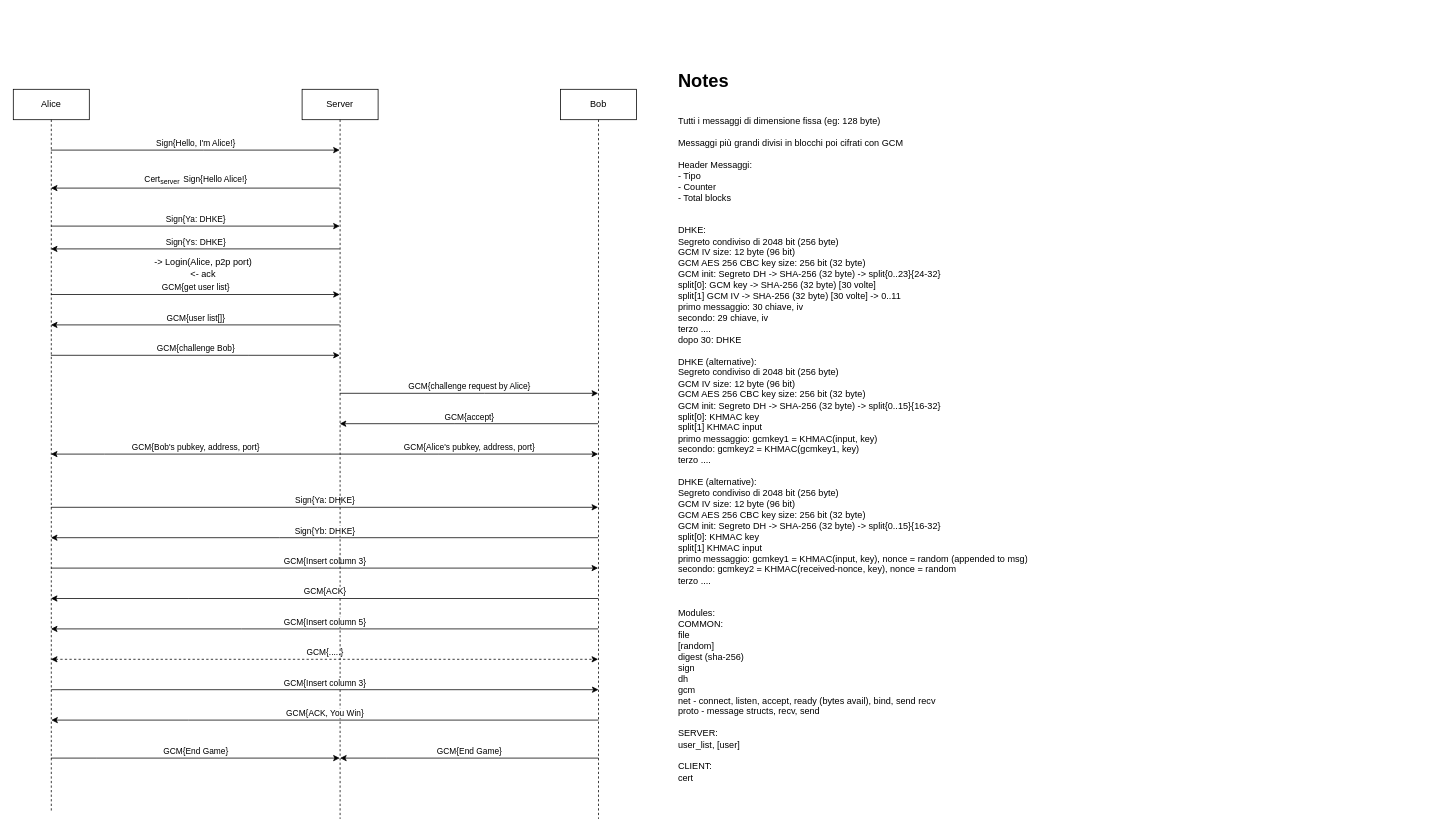
This is diagrams/proto.drawio from SpeedJack/foc-fiar, a draw.io file, before an edit. Source tidied: cells renumbered, new cells numbered last; positions are measured from the earlier drawing's top-left corner, leaving out a move shared by most shapes. Both pictures are drawn from the tidied source at 76%, with x=0, y=0 at pixel (13, 66).
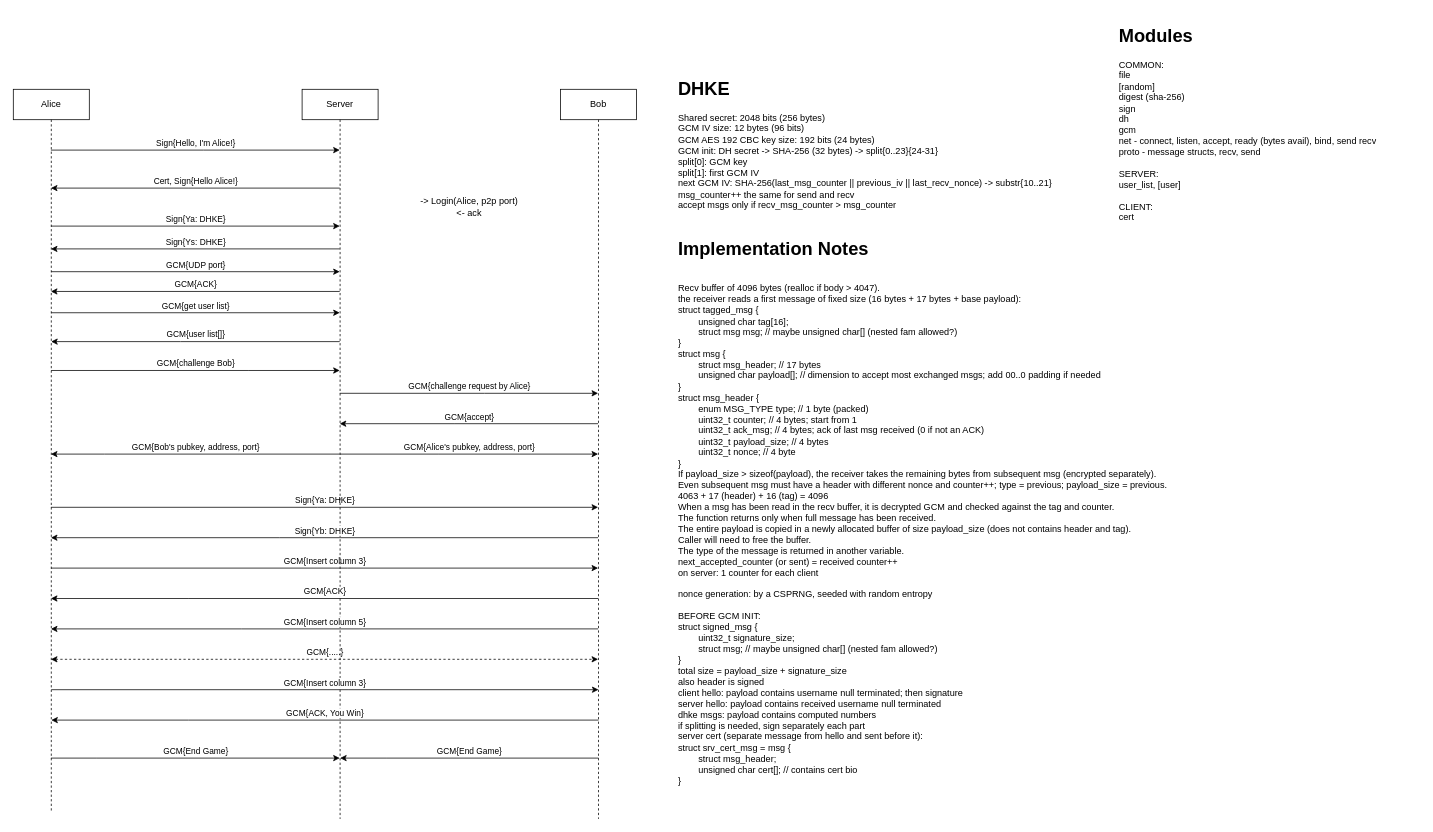
The same page after the edit.

Unchanged cells that the change refers to:
```xml
<mxCell id="10" value="Alice" style="shape=umlLifeline;perimeter=lifelinePerimeter;whiteSpace=wrap;html=1;outlineConnect=0;" parent="1" vertex="1">
  <mxGeometry y="30" width="100" height="950" as="geometry" />
</mxCell>
<mxCell id="16" value="Server" style="shape=umlLifeline;perimeter=lifelinePerimeter;whiteSpace=wrap;html=1;outlineConnect=0;" parent="1" vertex="1">
  <mxGeometry x="380" y="30" width="100" height="960" as="geometry" />
</mxCell>
```

What changed in the source:
```diff
@@
-    <mxCell id="4" value="GCM{get user list}" style="edgeStyle=none;rounded=0;jettySize=auto;html=1;labelPosition=center;verticalLabelPosition=top;align=center;verticalAlign=bottom;" parent="1" edge="1" source="10" target="16">
+    <mxCell id="4" value="GCM{get user list}" style="edgeStyle=none;rounded=0;orthogonalLoop=1;jettySize=auto;html=1;labelPosition=center;verticalLabelPosition=top;align=center;verticalAlign=bottom;" parent="1" edge="1">
       <mxGeometry relative="1" as="geometry">
+        <mxPoint x="49.8" y="324" as="sourcePoint" />
+        <mxPoint x="429.5" y="324" as="targetPoint" />
         <Array as="points">
-          <mxPoint x="230" y="300" />
+          <mxPoint x="230" y="324" />
         </Array>
       </mxGeometry>
     </mxCell>
-    <mxCell id="5" value="GCM{challenge Bob}" style="edgeStyle=none;rounded=0;jettySize=auto;html=1;labelPosition=center;verticalLabelPosition=top;align=center;verticalAlign=bottom;" parent="1" edge="1" source="10" target="16">
+    <mxCell id="5" value="GCM{challenge Bob}" style="edgeStyle=none;rounded=0;orthogonalLoop=1;jettySize=auto;html=1;labelPosition=center;verticalLabelPosition=top;align=center;verticalAlign=bottom;" parent="1" edge="1">
       <mxGeometry relative="1" as="geometry">
+        <mxPoint x="49.8" y="400" as="sourcePoint" />
+        <mxPoint x="429.5" y="400" as="targetPoint" />
         <Array as="points">
-          <mxPoint x="310" y="380" />
+          <mxPoint x="310" y="400" />
         </Array>
       </mxGeometry>
     </mxCell>
@@
+    <mxCell id="28" value="GCM{UDP port}" style="rounded=0;orthogonalLoop=1;jettySize=auto;html=1;labelPosition=center;verticalLabelPosition=top;align=center;verticalAlign=bottom;" parent="1" edge="1">
+      <mxGeometry relative="1" as="geometry">
+        <mxPoint x="49.8" y="270" as="sourcePoint" />
+        <mxPoint x="429.5" y="270" as="targetPoint" />
+      </mxGeometry>
+    </mxCell>
@@
-    <mxCell id="11" value="Cert&lt;sub&gt;server&amp;nbsp; &lt;/sub&gt;Sign{Hello Alice!}" style="edgeStyle=none;rounded=0;jettySize=auto;html=1;labelPosition=center;verticalLabelPosition=top;align=center;verticalAlign=bottom;" parent="1" edge="1" source="16" target="10">
+    <mxCell id="11" value="Cert, Sign{Hello Alice!}" style="edgeStyle=none;rounded=0;jettySize=auto;html=1;labelPosition=center;verticalLabelPosition=top;align=center;verticalAlign=bottom;" parent="1" edge="1" source="16" target="10">
       <mxGeometry relative="1" as="geometry">
         <Array as="points">
           <mxPoint x="230" y="160" />
         </Array>
       </mxGeometry>
     </mxCell>
@@
-    <mxCell id="13" value="GCM{user list[]}" style="edgeStyle=none;rounded=0;jettySize=auto;html=1;labelPosition=center;verticalLabelPosition=top;align=center;verticalAlign=bottom;" parent="1" edge="1" source="16" target="10">
+    <mxCell id="13" value="GCM{user list[]}" style="edgeStyle=none;rounded=0;orthogonalLoop=1;jettySize=auto;html=1;labelPosition=center;verticalLabelPosition=top;align=center;verticalAlign=bottom;" parent="1" edge="1">
       <mxGeometry relative="1" as="geometry">
+        <mxPoint x="429.5" y="362" as="sourcePoint" />
+        <mxPoint x="49.8" y="362" as="targetPoint" />
         <Array as="points">
-          <mxPoint x="220" y="340" />
+          <mxPoint x="220" y="362" />
         </Array>
       </mxGeometry>
     </mxCell>
@@
+    <mxCell id="29" value="GCM{ACK}" style="edgeStyle=none;rounded=0;orthogonalLoop=1;jettySize=auto;html=1;labelPosition=center;verticalLabelPosition=top;align=center;verticalAlign=bottom;" parent="1" edge="1">
+      <mxGeometry relative="1" as="geometry">
+        <mxPoint x="429.5" y="296" as="sourcePoint" />
+        <mxPoint x="49.5" y="296" as="targetPoint" />
+      </mxGeometry>
+    </mxCell>
@@
-    <mxCell id="26" value="&lt;h1&gt;Notes&lt;br&gt;&lt;/h1&gt;&lt;div&gt;&lt;br&gt;&lt;/div&gt;&lt;div&gt;Tutti i messaggi di dimensione fissa (eg: 128 byte)&lt;br&gt;&lt;/div&gt;&lt;div&gt;&lt;br&gt;&lt;/div&gt;&lt;div&gt;Messaggi più grandi divisi in blocchi poi cifrati con GCM&lt;/div&gt;&lt;div&gt;&lt;br&gt;&lt;/div&gt;&lt;div&gt;Header Messaggi:&lt;br&gt;- Tipo&lt;/div&gt;&lt;div&gt;- Counter&lt;/div&gt;&lt;div&gt;- Total blocks&lt;br&gt;&lt;/div&gt;&lt;div&gt;&lt;br&gt;&lt;/div&gt;&lt;div&gt;&lt;br&gt;&lt;/div&gt;&lt;div&gt;DHKE:&lt;br&gt;Segreto condiviso di 2048 bit (256 byte)&lt;br&gt;&lt;/div&gt;&lt;div&gt;GCM IV size: 12 byte (96 bit)&lt;br&gt;GCM AES 256 CBC key size: 256 bit (32 byte)&lt;/div&gt;&lt;div&gt;GCM init: Segreto DH -&amp;gt; SHA-256 (32 byte) -&amp;gt; split{0..23}{24-32}&lt;br&gt;split[0]: GCM key -&amp;gt; SHA-256 (32 byte) [30 volte]&lt;br&gt;split[1] GCM IV -&amp;gt; SHA-256 (32 byte) [30 volte] -&amp;gt; 0..11&lt;br&gt;primo messaggio: 30 chiave, iv&lt;br&gt;secondo: 29 chiave, iv&lt;br&gt;terzo ....&lt;br&gt;dopo 30: DHKE&lt;/div&gt;&lt;div&gt;&lt;br&gt;&lt;/div&gt;&lt;div&gt;&lt;div&gt;DHKE (alternative):&lt;br&gt;Segreto condiviso di 2048 bit (256 byte)&lt;br&gt;&lt;/div&gt;&lt;div&gt;GCM IV size: 12 byte (96 bit)&lt;br&gt;GCM AES 256 CBC key size: 256 bit (32 byte)&lt;/div&gt;GCM init: Segreto DH -&amp;gt; SHA-256 (32 byte) -&amp;gt; split{0..15}{16-32}&lt;br&gt;split[0]: KHMAC key&lt;br&gt;split[1] KHMAC input&lt;br&gt;primo messaggio: gcmkey1 = KHMAC(input, key)&lt;br&gt;secondo: gcmkey2 = KHMAC(gcmkey1, key)&lt;br&gt;terzo ....&lt;br&gt;&lt;br&gt;&lt;div&gt;DHKE (alternative):&lt;br&gt;Segreto condiviso di 2048 bit (256 byte)&lt;br&gt;&lt;/div&gt;&lt;div&gt;GCM IV size: 12 byte (96 bit)&lt;br&gt;GCM AES 256 CBC key size: 256 bit (32 byte)&lt;/div&gt;GCM init: Segreto DH -&amp;gt; SHA-256 (32 byte) -&amp;gt; split{0..15}{16-32}&lt;br&gt;split[0]: KHMAC key&lt;br&gt;split[1] KHMAC input&lt;br&gt;primo messaggio: gcmkey1 = KHMAC(input, key), nonce = random (appended to msg)&lt;br&gt;secondo: gcmkey2 = KHMAC(received-nonce, key), nonce = random&lt;br&gt;terzo ....&lt;/div&gt;&lt;div&gt;&lt;br&gt;&lt;/div&gt;&lt;div&gt;&lt;br&gt;&lt;/div&gt;&lt;div&gt;Modules:&lt;br&gt;&lt;/div&gt;&lt;div&gt;COMMON:&lt;/div&gt;&lt;div&gt;file&lt;/div&gt;&lt;div&gt;[random]&lt;/div&gt;&lt;div&gt;digest (sha-256)&lt;/div&gt;&lt;div&gt;sign&lt;br&gt;&lt;/div&gt;&lt;div&gt;dh&lt;/div&gt;&lt;div&gt;gcm&lt;/div&gt;&lt;div&gt;net - connect, listen, accept, ready (bytes avail), bind, send recv&lt;br&gt;&lt;/div&gt;&lt;div&gt;proto - message structs, recv, send&lt;br&gt;&lt;/div&gt;&lt;div&gt;&lt;br&gt;&lt;/div&gt;&lt;div&gt;SERVER:&lt;/div&gt;&lt;div&gt;user_list, [user]&lt;br&gt;&lt;/div&gt;&lt;div&gt;&lt;br&gt;&lt;/div&gt;&lt;div&gt;CLIENT:&lt;/div&gt;&lt;div&gt;cert&lt;br&gt;&lt;/div&gt;" style="text;html=1;strokeColor=none;fillColor=none;spacing=5;spacingTop=-20;whiteSpace=wrap;overflow=hidden;rounded=0;" parent="1" vertex="1">
-      <mxGeometry x="870" width="530" height="970" as="geometry" />
+    <mxCell id="26" value="&lt;h1&gt;DHKE&lt;br&gt;&lt;/h1&gt;&lt;div&gt;&lt;div&gt;Shared secret: 2048 bits (256 bytes)&lt;br&gt;&lt;/div&gt;&lt;div&gt;GCM IV size: 12 bytes (96 bits)&lt;br&gt;GCM AES 192 CBC key size: 192 bits (24 bytes)&lt;/div&gt;GCM init: DH secret -&amp;gt; SHA-256 (32 bytes) -&amp;gt; split{0..23}{24-31}&lt;br&gt;split[0]: GCM key&lt;br&gt;split[1]: first GCM IV&lt;br&gt;next GCM IV: SHA-256(last_msg_counter || previous_iv || last_recv_nonce) -&amp;gt; substr{10..21}&lt;br&gt;msg_counter++ the same for send and recv&lt;br&gt;accept msgs only if recv_msg_counter &amp;gt; msg_counter&lt;br&gt;&lt;/div&gt;" style="text;html=1;strokeColor=none;fillColor=none;spacing=5;spacingTop=-20;whiteSpace=wrap;overflow=hidden;rounded=0;" parent="1" vertex="1">
+      <mxGeometry x="870" y="10" width="570" height="190" as="geometry" />
     </mxCell>
     <mxCell id="27" value="-&amp;gt; Login(Alice, p2p port)&lt;br&gt;&amp;lt;- ack" style="text;html=1;strokeColor=none;fillColor=none;align=center;verticalAlign=middle;whiteSpace=wrap;rounded=0;" parent="1" vertex="1">
-      <mxGeometry x="150" y="250" width="200" height="30" as="geometry" />
+      <mxGeometry x="500" y="170" width="200" height="30" as="geometry" />
     </mxCell>
+    <mxCell id="30" value="&lt;h1&gt;Implementation Notes&lt;br&gt;&lt;/h1&gt;&lt;div&gt;&lt;br&gt;&lt;/div&gt;&lt;div&gt;Recv buffer of 4096 bytes (realloc if body &amp;gt; 4047).&lt;br&gt;&lt;/div&gt;&lt;div&gt;the receiver reads a first message of fixed size (16 bytes + 17 bytes + base payload):&lt;br&gt;struct tagged_msg {&lt;br&gt;&amp;nbsp;&amp;nbsp;&amp;nbsp;&amp;nbsp;&amp;nbsp;&amp;nbsp;&amp;nbsp; unsigned char tag[16];&lt;br&gt;&amp;nbsp;&amp;nbsp;&amp;nbsp;&amp;nbsp;&amp;nbsp;&amp;nbsp;&amp;nbsp; struct msg msg; // maybe unsigned char[] (nested fam allowed?)&lt;br&gt;&lt;/div&gt;&lt;div&gt;}&lt;br&gt;struct msg {&lt;br&gt;&lt;/div&gt;&lt;div&gt;&amp;nbsp;&amp;nbsp;&amp;nbsp;&amp;nbsp;&amp;nbsp;&amp;nbsp;&amp;nbsp; struct msg_header; // 17 bytes&lt;br&gt;&lt;/div&gt;&lt;div&gt;&amp;nbsp;&amp;nbsp;&amp;nbsp;&amp;nbsp;&amp;nbsp;&amp;nbsp;&amp;nbsp; unsigned char payload[]; // dimension to accept most exchanged msgs; add 00..0 padding if needed&lt;br&gt;&lt;/div&gt;&lt;div&gt;}&lt;br&gt;struct msg_header {&lt;br&gt;&amp;nbsp;&amp;nbsp;&amp;nbsp;&amp;nbsp;&amp;nbsp;&amp;nbsp;&amp;nbsp; enum MSG_TYPE type; // 1 byte (packed)&lt;br&gt;&lt;/div&gt;&lt;div&gt;&amp;nbsp;&amp;nbsp;&amp;nbsp;&amp;nbsp;&amp;nbsp;&amp;nbsp;&amp;nbsp; uint32_t counter; // 4 bytes; start from 1&lt;br&gt;&amp;nbsp;&amp;nbsp;&amp;nbsp;&amp;nbsp;&amp;nbsp;&amp;nbsp;&amp;nbsp; uint32_t ack_msg; // 4 bytes; ack of last msg received (0 if not an ACK)&lt;br&gt;&amp;nbsp;&amp;nbsp;&amp;nbsp;&amp;nbsp;&amp;nbsp;&amp;nbsp;&amp;nbsp; uint32_t payload_size; // 4 bytes&lt;/div&gt;&lt;div&gt;&amp;nbsp;&amp;nbsp;&amp;nbsp;&amp;nbsp;&amp;nbsp;&amp;nbsp;&amp;nbsp; uint32_t nonce; // 4 byte&lt;br&gt;&lt;/div&gt;&lt;div&gt;}&lt;br&gt;If payload_size &amp;gt; sizeof(payload), the receiver takes the remaining bytes from subsequent msg (encrypted separately).&lt;br&gt;Even subsequent msg must have a header with different nonce and counter++; type = previous; payload_size = previous.&lt;br&gt;4063 + 17 (header) + 16 (tag) = 4096&lt;br&gt;&lt;/div&gt;&lt;div&gt;When a msg has been read in the recv buffer, it is decrypted GCM and checked against the tag and counter.&lt;br&gt;The function returns only when full message has been received.&lt;br&gt;&lt;/div&gt;&lt;div&gt;The entire payload is copied in a newly allocated buffer of size payload_size (does not contains header and tag).&lt;/div&gt;&lt;div&gt;Caller will need to free the buffer.&lt;/div&gt;&lt;div&gt;The type of the message is returned in another variable.&lt;/div&gt;&lt;div&gt;next_accepted_counter (or sent) = received counter++&lt;br&gt;on server: 1 counter for each client&lt;br&gt;&lt;/div&gt;&lt;br&gt;nonce generation: by a CSPRNG, seeded with random entropy&lt;br&gt;&lt;br&gt;&lt;div&gt;BEFORE GCM INIT:&lt;br&gt;struct signed_msg {&lt;br&gt;&amp;nbsp;&amp;nbsp;&amp;nbsp;&amp;nbsp;&amp;nbsp;&amp;nbsp;&amp;nbsp; uint32_t signature_size;&lt;br&gt;&amp;nbsp;&amp;nbsp;&amp;nbsp;&amp;nbsp;&amp;nbsp;&amp;nbsp;&amp;nbsp; struct msg; // maybe unsigned char[] (nested fam allowed?)&lt;br&gt;}&lt;br&gt;total size = payload_size + signature_size&lt;br&gt;also header is signed&lt;br&gt;client hello: payload contains username null terminated; then signature&lt;br&gt;server hello: payload contains received username null terminated&lt;/div&gt;&lt;div&gt;dhke msgs: payload contains computed numbers&lt;br&gt;if splitting is needed, sign separately each part&lt;br&gt;server cert (separate message from hello and sent before it):&lt;br&gt;struct srv_cert_msg = msg {&lt;br&gt;&amp;nbsp;&amp;nbsp;&amp;nbsp;&amp;nbsp;&amp;nbsp;&amp;nbsp;&amp;nbsp; struct msg_header;&lt;br&gt;&amp;nbsp;&amp;nbsp;&amp;nbsp;&amp;nbsp;&amp;nbsp;&amp;nbsp;&amp;nbsp; unsigned char cert[]; // contains cert bio&lt;br&gt;}&lt;br&gt;&lt;/div&gt;&lt;div&gt;&lt;br&gt;&lt;/div&gt;" style="text;html=1;strokeColor=none;fillColor=none;spacing=5;spacingTop=-20;whiteSpace=wrap;overflow=hidden;rounded=0;" parent="1" vertex="1">
+      <mxGeometry x="870" y="220" width="750" height="730" as="geometry" />
+    </mxCell>
+    <mxCell id="31" value="&lt;h1&gt;Modules&lt;/h1&gt;&lt;div&gt;COMMON:&lt;/div&gt;&lt;div&gt;file&lt;/div&gt;&lt;div&gt;[random]&lt;/div&gt;&lt;div&gt;digest (sha-256)&lt;/div&gt;&lt;div&gt;sign&lt;br&gt;&lt;/div&gt;&lt;div&gt;dh&lt;/div&gt;&lt;div&gt;gcm&lt;/div&gt;&lt;div&gt;net - connect, listen, accept, ready (bytes avail), bind, send recv&lt;br&gt;&lt;/div&gt;&lt;div&gt;proto - message structs, recv, send&lt;br&gt;&lt;/div&gt;&lt;div&gt;&lt;br&gt;&lt;/div&gt;&lt;div&gt;SERVER:&lt;/div&gt;&lt;div&gt;user_list, [user]&lt;br&gt;&lt;/div&gt;&lt;div&gt;&lt;br&gt;&lt;/div&gt;&lt;div&gt;CLIENT:&lt;/div&gt;cert" style="text;html=1;strokeColor=none;fillColor=none;spacing=5;spacingTop=-20;whiteSpace=wrap;overflow=hidden;rounded=0;" parent="1" vertex="1">
+      <mxGeometry x="1450" y="-60" width="400" height="270" as="geometry" />
+    </mxCell>
```
